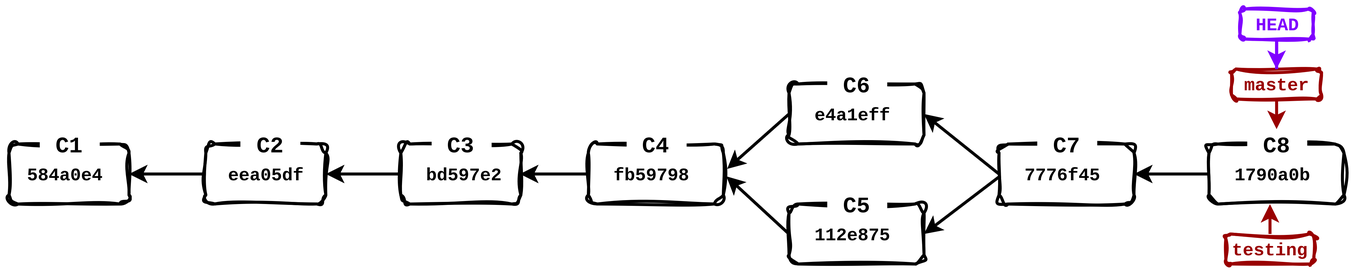
elektrotehnika/pra keeps this draw.io diagram as материјали/git_slike/24.drawio.png. Above is the earlier version. Source tidied: cells renumbered, new cells last; positions are measured from the earlier drawing's top-left corner, leaving out a move shared by most shapes. Its diagram source:
```xml
<mxGraphModel>
  <root>
    <mxCell id="0" />
    <mxCell id="1" parent="0" />
    <mxCell id="2" style="rounded=1;whiteSpace=wrap;html=1;fillColor=none;strokeWidth=2;sketch=1;curveFitting=1;jiggle=2;strokeColor=#000000;" parent="1" vertex="1">
      <mxGeometry y="90" width="80" height="40" as="geometry" />
    </mxCell>
    <mxCell id="3" style="edgeStyle=orthogonalEdgeStyle;rounded=0;jettySize=auto;html=1;entryX=1;entryY=0.5;entryDx=0;entryDy=0;strokeWidth=2;" parent="1" edge="1" source="4" target="2">
      <mxGeometry relative="1" as="geometry" />
    </mxCell>
    <mxCell id="4" style="rounded=1;whiteSpace=wrap;html=1;fillColor=none;strokeWidth=2;sketch=1;curveFitting=1;jiggle=2;strokeColor=#000000;" parent="1" vertex="1">
      <mxGeometry x="131.2" y="90" width="80" height="40" as="geometry" />
    </mxCell>
    <mxCell id="5" style="edgeStyle=orthogonalEdgeStyle;rounded=0;jettySize=auto;html=1;entryX=1;entryY=0.5;entryDx=0;entryDy=0;strokeWidth=2;" parent="1" edge="1" source="6" target="4">
      <mxGeometry relative="1" as="geometry" />
    </mxCell>
    <mxCell id="6" style="rounded=1;whiteSpace=wrap;html=1;fillColor=none;strokeWidth=2;sketch=1;curveFitting=1;jiggle=2;strokeColor=#000000;" parent="1" vertex="1">
      <mxGeometry x="261.2" y="90" width="80" height="40" as="geometry" />
    </mxCell>
    <mxCell id="7" style="edgeStyle=orthogonalEdgeStyle;rounded=0;jettySize=auto;html=1;entryX=1;entryY=0.5;entryDx=0;entryDy=0;strokeWidth=2;" parent="1" edge="1" source="8" target="19">
      <mxGeometry relative="1" as="geometry" />
    </mxCell>
    <mxCell id="8" style="rounded=1;whiteSpace=wrap;html=1;fillColor=none;strokeWidth=2;sketch=1;curveFitting=1;jiggle=2;strokeColor=#000000;" parent="1" vertex="1">
      <mxGeometry x="386.2" y="90" width="90" height="40" as="geometry" />
    </mxCell>
    <mxCell id="9" style="rounded=0;whiteSpace=wrap;html=1;fontColor=default;strokeColor=none;" parent="1" vertex="1">
      <mxGeometry x="20" y="80" width="40" height="20" as="geometry" />
    </mxCell>
    <mxCell id="10" value="&lt;div&gt;&lt;font face=&quot;Courier New&quot; style=&quot;&quot;&gt;C1&lt;/font&gt;&lt;/div&gt;" style="text;html=1;whiteSpace=wrap;strokeColor=none;fillColor=none;align=center;verticalAlign=middle;rounded=0;fontSize=15;spacingBottom=10;fontStyle=1;fontColor=#000000;" parent="1" vertex="1">
      <mxGeometry x="10" y="80" width="60" height="30" as="geometry" />
    </mxCell>
    <mxCell id="11" style="rounded=0;whiteSpace=wrap;html=1;fontColor=default;strokeColor=none;" parent="1" vertex="1">
      <mxGeometry x="153.8" y="80" width="40" height="20" as="geometry" />
    </mxCell>
    <mxCell id="12" value="&lt;div&gt;&lt;font face=&quot;Courier New&quot; style=&quot;&quot;&gt;C2&lt;/font&gt;&lt;/div&gt;" style="text;html=1;whiteSpace=wrap;strokeColor=none;fillColor=none;align=center;verticalAlign=middle;rounded=0;fontSize=15;spacingBottom=10;fontStyle=1;fontColor=#000000;" parent="1" vertex="1">
      <mxGeometry x="143.8" y="80" width="60" height="30" as="geometry" />
    </mxCell>
    <mxCell id="13" style="rounded=0;whiteSpace=wrap;html=1;fontColor=default;strokeColor=none;" parent="1" vertex="1">
      <mxGeometry x="281.2" y="80" width="40" height="20" as="geometry" />
    </mxCell>
    <mxCell id="14" value="&lt;div&gt;&lt;font face=&quot;Courier New&quot; style=&quot;&quot;&gt;C3&lt;/font&gt;&lt;/div&gt;" style="text;html=1;whiteSpace=wrap;strokeColor=none;fillColor=none;align=center;verticalAlign=middle;rounded=0;fontSize=15;spacingBottom=10;fontStyle=1;fontColor=#000000;" parent="1" vertex="1">
      <mxGeometry x="271.2" y="80" width="60" height="30" as="geometry" />
    </mxCell>
    <mxCell id="15" style="rounded=0;whiteSpace=wrap;html=1;fontColor=default;strokeColor=none;" parent="1" vertex="1">
      <mxGeometry x="411.2" y="80" width="40" height="20" as="geometry" />
    </mxCell>
    <mxCell id="16" value="&lt;div&gt;&lt;font face=&quot;Courier New&quot; style=&quot;&quot;&gt;C4&lt;/font&gt;&lt;/div&gt;" style="text;html=1;whiteSpace=wrap;strokeColor=none;fillColor=none;align=center;verticalAlign=middle;rounded=0;fontSize=15;spacingBottom=10;fontStyle=1;fontColor=#000000;" parent="1" vertex="1">
      <mxGeometry x="401.2" y="80" width="60" height="30" as="geometry" />
    </mxCell>
    <mxCell id="17" value="&lt;div align=&quot;center&quot;&gt;&lt;font face=&quot;Courier New&quot;&gt;&lt;span style=&quot;&quot;&gt;&lt;b&gt;584a0e4&lt;/b&gt;&lt;/span&gt;&lt;/font&gt;&lt;/div&gt;" style="text;html=1;whiteSpace=wrap;strokeColor=none;fillColor=none;align=left;verticalAlign=middle;rounded=0;fontColor=#000000;" parent="1" vertex="1">
      <mxGeometry x="10" y="100" width="60" height="20" as="geometry" />
    </mxCell>
    <mxCell id="18" value="&lt;div align=&quot;center&quot;&gt;&lt;font face=&quot;Courier New&quot;&gt;&lt;span style=&quot;&quot;&gt;&lt;b&gt;eea05df&lt;/b&gt;&lt;/span&gt;&lt;/font&gt;&lt;/div&gt;" style="text;html=1;whiteSpace=wrap;strokeColor=none;fillColor=none;align=left;verticalAlign=middle;rounded=0;fontColor=#000000;" parent="1" vertex="1">
      <mxGeometry x="143.8" y="100" width="60" height="20" as="geometry" />
    </mxCell>
    <mxCell id="19" value="&lt;div align=&quot;center&quot;&gt;&lt;font face=&quot;Courier New&quot;&gt;&lt;span style=&quot;&quot;&gt;&lt;b&gt;bd597e2&lt;/b&gt;&lt;/span&gt;&lt;/font&gt;&lt;/div&gt;" style="text;html=1;whiteSpace=wrap;strokeColor=none;fillColor=none;align=left;verticalAlign=middle;rounded=0;fontColor=#000000;" parent="1" vertex="1">
      <mxGeometry x="276.2" y="100" width="64.4" height="20" as="geometry" />
    </mxCell>
    <mxCell id="20" value="&lt;div align=&quot;center&quot;&gt;&lt;font face=&quot;Courier New&quot;&gt;&lt;span style=&quot;&quot;&gt;&lt;b&gt;fb59798&lt;/b&gt;&lt;/span&gt;&lt;/font&gt;&lt;/div&gt;" style="text;html=1;whiteSpace=wrap;strokeColor=none;fillColor=none;align=left;verticalAlign=middle;rounded=0;fontColor=#000000;" parent="1" vertex="1">
      <mxGeometry x="401.2" y="100" width="56.2" height="20" as="geometry" />
    </mxCell>
    <mxCell id="21" style="rounded=0;jettySize=auto;html=1;strokeWidth=2;exitX=0;exitY=0.5;exitDx=0;exitDy=0;entryX=1.023;entryY=0.539;entryDx=0;entryDy=0;entryPerimeter=0;" parent="1" edge="1" source="22" target="8">
      <mxGeometry relative="1" as="geometry" />
    </mxCell>
    <mxCell id="22" style="rounded=1;whiteSpace=wrap;html=1;fillColor=none;strokeWidth=2;sketch=1;curveFitting=1;jiggle=2;strokeColor=#000000;" parent="1" vertex="1">
      <mxGeometry x="520" y="130" width="90" height="40" as="geometry" />
    </mxCell>
    <mxCell id="23" style="rounded=0;whiteSpace=wrap;html=1;fontColor=default;strokeColor=none;" parent="1" vertex="1">
      <mxGeometry x="545" y="120" width="40" height="20" as="geometry" />
    </mxCell>
    <mxCell id="24" value="&lt;div&gt;&lt;font face=&quot;Courier New&quot; style=&quot;&quot;&gt;C5&lt;/font&gt;&lt;/div&gt;" style="text;html=1;whiteSpace=wrap;strokeColor=none;fillColor=none;align=center;verticalAlign=middle;rounded=0;fontSize=15;spacingBottom=10;fontStyle=1;fontColor=#000000;" parent="1" vertex="1">
      <mxGeometry x="535" y="120" width="60" height="30" as="geometry" />
    </mxCell>
    <mxCell id="25" value="&lt;div align=&quot;center&quot;&gt;&lt;font face=&quot;Courier New&quot;&gt;&lt;span style=&quot;&quot;&gt;&lt;b&gt;112e875&lt;/b&gt;&lt;/span&gt;&lt;/font&gt;&lt;/div&gt;" style="text;html=1;whiteSpace=wrap;strokeColor=none;fillColor=none;align=left;verticalAlign=middle;rounded=0;fontColor=#000000;" parent="1" vertex="1">
      <mxGeometry x="535" y="140" width="56.2" height="20" as="geometry" />
    </mxCell>
    <mxCell id="26" style="rounded=1;whiteSpace=wrap;html=1;fillColor=none;strokeWidth=2;sketch=1;curveFitting=1;jiggle=2;strokeColor=#000000;" parent="1" vertex="1">
      <mxGeometry x="520" y="50" width="90" height="40" as="geometry" />
    </mxCell>
    <mxCell id="27" style="rounded=0;whiteSpace=wrap;html=1;fontColor=default;strokeColor=none;" parent="1" vertex="1">
      <mxGeometry x="545" y="40" width="40" height="20" as="geometry" />
    </mxCell>
    <mxCell id="28" value="&lt;div&gt;&lt;font face=&quot;Courier New&quot; style=&quot;&quot;&gt;C6&lt;/font&gt;&lt;/div&gt;" style="text;html=1;whiteSpace=wrap;strokeColor=none;fillColor=none;align=center;verticalAlign=middle;rounded=0;fontSize=15;spacingBottom=10;fontStyle=1;fontColor=#000000;" parent="1" vertex="1">
      <mxGeometry x="535" y="40" width="60" height="30" as="geometry" />
    </mxCell>
    <mxCell id="29" value="&lt;div align=&quot;center&quot;&gt;&lt;font face=&quot;Courier New&quot;&gt;&lt;span style=&quot;&quot;&gt;&lt;b&gt;e4a1eff&lt;/b&gt;&lt;/span&gt;&lt;/font&gt;&lt;/div&gt;" style="text;html=1;whiteSpace=wrap;strokeColor=none;fillColor=none;align=left;verticalAlign=middle;rounded=0;fontColor=#000000;" parent="1" vertex="1">
      <mxGeometry x="535" y="60" width="56.2" height="20" as="geometry" />
    </mxCell>
    <mxCell id="30" style="rounded=0;jettySize=auto;html=1;exitX=0;exitY=0.5;exitDx=0;exitDy=0;strokeWidth=2;entryX=1.028;entryY=0.415;entryDx=0;entryDy=0;entryPerimeter=0;" parent="1" edge="1" source="26" target="8">
      <mxGeometry relative="1" as="geometry" />
    </mxCell>
    <mxCell id="31" style="rounded=0;jettySize=auto;html=1;entryX=1;entryY=0.5;entryDx=0;entryDy=0;strokeWidth=2;exitX=0;exitY=0.5;exitDx=0;exitDy=0;" parent="1" edge="1" source="32" target="26">
      <mxGeometry relative="1" as="geometry" />
    </mxCell>
    <mxCell id="32" style="rounded=1;whiteSpace=wrap;html=1;fillColor=none;strokeWidth=2;sketch=1;curveFitting=1;jiggle=2;strokeColor=#000000;" parent="1" vertex="1">
      <mxGeometry x="660" y="90" width="90" height="40" as="geometry" />
    </mxCell>
    <mxCell id="33" style="rounded=0;whiteSpace=wrap;html=1;fontColor=default;strokeColor=none;" parent="1" vertex="1">
      <mxGeometry x="685" y="80" width="40" height="20" as="geometry" />
    </mxCell>
    <mxCell id="34" value="&lt;div&gt;&lt;font face=&quot;Courier New&quot; style=&quot;&quot;&gt;C7&lt;/font&gt;&lt;/div&gt;" style="text;html=1;whiteSpace=wrap;strokeColor=none;fillColor=none;align=center;verticalAlign=middle;rounded=0;fontSize=15;spacingBottom=10;fontStyle=1;fontColor=#000000;" parent="1" vertex="1">
      <mxGeometry x="675" y="80" width="60" height="30" as="geometry" />
    </mxCell>
    <mxCell id="35" value="&lt;div align=&quot;center&quot;&gt;&lt;font face=&quot;Courier New&quot;&gt;&lt;span style=&quot;&quot;&gt;&lt;b&gt;7776f45&lt;/b&gt;&lt;/span&gt;&lt;/font&gt;&lt;/div&gt;" style="text;html=1;whiteSpace=wrap;strokeColor=none;fillColor=none;align=left;verticalAlign=middle;rounded=0;fontColor=#000000;" parent="1" vertex="1">
      <mxGeometry x="675" y="100" width="56.2" height="20" as="geometry" />
    </mxCell>
    <mxCell id="36" style="rounded=0;jettySize=auto;html=1;entryX=1;entryY=0.5;entryDx=0;entryDy=0;strokeWidth=2;exitX=0.009;exitY=0.533;exitDx=0;exitDy=0;exitPerimeter=0;" parent="1" edge="1" source="32">
      <mxGeometry relative="1" as="geometry">
        <mxPoint x="610" y="150" as="targetPoint" />
      </mxGeometry>
    </mxCell>
    <mxCell id="37" style="edgeStyle=orthogonalEdgeStyle;rounded=0;jettySize=auto;html=1;entryX=1;entryY=0.5;entryDx=0;entryDy=0;strokeWidth=2;" parent="1" edge="1" source="38" target="32">
      <mxGeometry relative="1" as="geometry" />
    </mxCell>
    <mxCell id="38" style="rounded=1;whiteSpace=wrap;html=1;fillColor=none;strokeWidth=2;sketch=1;curveFitting=1;jiggle=2;strokeColor=#000000;" parent="1" vertex="1">
      <mxGeometry x="800" y="90" width="90" height="40" as="geometry" />
    </mxCell>
    <mxCell id="39" style="rounded=0;whiteSpace=wrap;html=1;fontColor=default;strokeColor=none;" parent="1" vertex="1">
      <mxGeometry x="825" y="80" width="40" height="20" as="geometry" />
    </mxCell>
    <mxCell id="40" value="&lt;div&gt;&lt;font face=&quot;Courier New&quot; style=&quot;&quot;&gt;C8&lt;/font&gt;&lt;/div&gt;" style="text;html=1;whiteSpace=wrap;strokeColor=none;fillColor=none;align=center;verticalAlign=middle;rounded=0;fontSize=15;spacingBottom=10;fontStyle=1;fontColor=#000000;" parent="1" vertex="1">
      <mxGeometry x="815" y="80" width="60" height="30" as="geometry" />
    </mxCell>
    <mxCell id="41" value="&lt;div align=&quot;center&quot;&gt;&lt;font face=&quot;Courier New&quot;&gt;&lt;span style=&quot;&quot;&gt;&lt;b&gt;1790a0b&lt;/b&gt;&lt;/span&gt;&lt;/font&gt;&lt;/div&gt;" style="text;html=1;whiteSpace=wrap;strokeColor=none;fillColor=none;align=left;verticalAlign=middle;rounded=0;fontColor=#000000;" parent="1" vertex="1">
      <mxGeometry x="815" y="100" width="56.2" height="20" as="geometry" />
    </mxCell>
    <mxCell id="42" value="&lt;font face=&quot;Courier New&quot;&gt;&lt;b&gt;testing&lt;/b&gt;&lt;/font&gt;" style="rounded=1;whiteSpace=wrap;html=1;fillColor=none;strokeWidth=2;strokeColor=#990000;fontColor=#990000;sketch=1;curveFitting=1;jiggle=2;flipV=1;legacyAnchorPoints=0;" parent="1" vertex="1">
      <mxGeometry x="811.2" y="150" width="58.8" height="20" as="geometry" />
    </mxCell>
    <mxCell id="43" style="edgeStyle=orthogonalEdgeStyle;rounded=0;jettySize=auto;html=1;entryX=0.458;entryY=1;entryDx=0;entryDy=0;entryPerimeter=0;strokeColor=#990000;strokeWidth=2;" parent="1" edge="1" source="42" target="38">
      <mxGeometry relative="1" as="geometry" />
    </mxCell>
    <mxCell id="44" style="edgeStyle=orthogonalEdgeStyle;rounded=0;jettySize=auto;html=1;strokeColor=#990000;strokeWidth=2;" parent="1" edge="1" source="45">
      <mxGeometry relative="1" as="geometry">
        <mxPoint x="844.8" y="80" as="targetPoint" />
      </mxGeometry>
    </mxCell>
    <mxCell id="45" value="&lt;b&gt;&lt;font face=&quot;Courier New&quot;&gt;master&lt;/font&gt;&lt;/b&gt;" style="rounded=1;whiteSpace=wrap;html=1;fillColor=none;strokeWidth=2;strokeColor=#990000;fontColor=#990000;sketch=1;curveFitting=1;jiggle=2;" parent="1" vertex="1">
      <mxGeometry x="815" y="40" width="60" height="20" as="geometry" />
    </mxCell>
    <mxCell id="46" style="edgeStyle=orthogonalEdgeStyle;rounded=0;jettySize=auto;html=1;entryX=0.5;entryY=0;entryDx=0;entryDy=0;strokeWidth=2;strokeColor=#7F00FF;" parent="1" edge="1" source="47" target="45">
      <mxGeometry relative="1" as="geometry" />
    </mxCell>
    <mxCell id="47" value="&lt;div&gt;&lt;font face=&quot;Courier New&quot;&gt;&lt;b&gt;HEAD&lt;/b&gt;&lt;/font&gt;&lt;/div&gt;" style="rounded=1;whiteSpace=wrap;html=1;fillColor=none;strokeWidth=2;strokeColor=#7F00FF;fontColor=#7F00FF;sketch=1;curveFitting=1;jiggle=2;flipV=1;legacyAnchorPoints=0;" parent="1" vertex="1">
      <mxGeometry x="820.6" width="48.8" height="20" as="geometry" />
    </mxCell>
  </root>
</mxGraphModel>
```
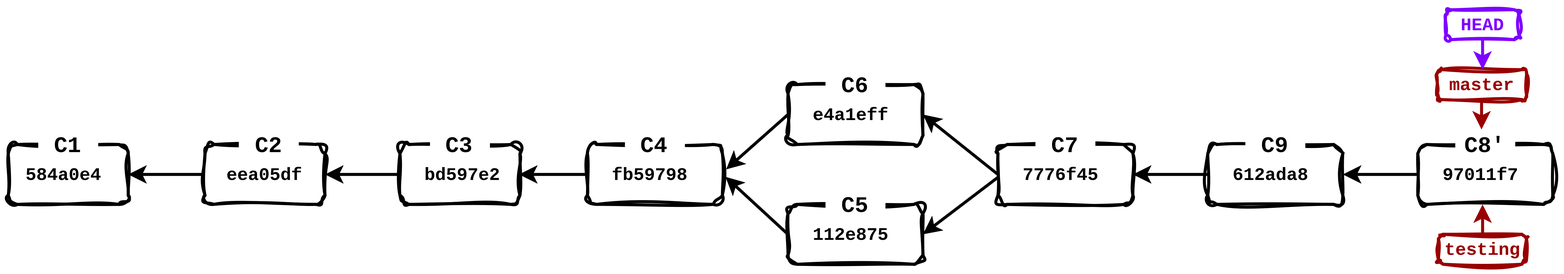
The same diagram one commit later.

Change to the diagram source:
```diff
@@ -109,7 +109,7 @@
         <mxPoint x="610" y="150" as="targetPoint" />
       </mxGeometry>
     </mxCell>
-    <mxCell id="37" style="edgeStyle=orthogonalEdgeStyle;rounded=0;jettySize=auto;html=1;entryX=1;entryY=0.5;entryDx=0;entryDy=0;strokeWidth=2;" parent="1" edge="1" source="38" target="32">
+    <mxCell id="37" style="rounded=0;jettySize=auto;html=1;entryX=1;entryY=0.5;entryDx=0;entryDy=0;exitX=0;exitY=0.5;exitDx=0;exitDy=0;strokeWidth=2;" parent="1" edge="1" source="38" target="32">
       <mxGeometry relative="1" as="geometry" />
     </mxCell>
     <mxCell id="38" style="rounded=1;whiteSpace=wrap;html=1;fillColor=none;strokeWidth=2;sketch=1;curveFitting=1;jiggle=2;strokeColor=#000000;" parent="1" vertex="1">
@@ -118,31 +118,48 @@
     <mxCell id="39" style="rounded=0;whiteSpace=wrap;html=1;fontColor=default;strokeColor=none;" parent="1" vertex="1">
       <mxGeometry x="825" y="80" width="40" height="20" as="geometry" />
     </mxCell>
-    <mxCell id="40" value="&lt;div&gt;&lt;font face=&quot;Courier New&quot; style=&quot;&quot;&gt;C8&lt;/font&gt;&lt;/div&gt;" style="text;html=1;whiteSpace=wrap;strokeColor=none;fillColor=none;align=center;verticalAlign=middle;rounded=0;fontSize=15;spacingBottom=10;fontStyle=1;fontColor=#000000;" parent="1" vertex="1">
-      <mxGeometry x="815" y="80" width="60" height="30" as="geometry" />
-    </mxCell>
-    <mxCell id="41" value="&lt;div align=&quot;center&quot;&gt;&lt;font face=&quot;Courier New&quot;&gt;&lt;span style=&quot;&quot;&gt;&lt;b&gt;1790a0b&lt;/b&gt;&lt;/span&gt;&lt;/font&gt;&lt;/div&gt;" style="text;html=1;whiteSpace=wrap;strokeColor=none;fillColor=none;align=left;verticalAlign=middle;rounded=0;fontColor=#000000;" parent="1" vertex="1">
-      <mxGeometry x="815" y="100" width="56.2" height="20" as="geometry" />
-    </mxCell>
+    <mxCell id="48" value="&lt;div&gt;&lt;font face=&quot;Courier New&quot; style=&quot;&quot;&gt;C9&lt;/font&gt;&lt;/div&gt;" style="text;html=1;whiteSpace=wrap;strokeColor=none;fillColor=none;align=center;verticalAlign=middle;rounded=0;fontSize=15;spacingBottom=10;fontStyle=1;fontColor=#000000;" parent="1" vertex="1">
+      <mxGeometry x="815" y="80" width="60" height="30" as="geometry" />
+    </mxCell>
+    <mxCell id="49" value="&lt;div align=&quot;center&quot;&gt;&lt;font face=&quot;Courier New&quot;&gt;&lt;span style=&quot;&quot;&gt;&lt;b&gt;612ada8&lt;/b&gt;&lt;/span&gt;&lt;/font&gt;&lt;/div&gt;" style="text;html=1;whiteSpace=wrap;strokeColor=none;fillColor=none;align=left;verticalAlign=middle;rounded=0;fontColor=#000000;" parent="1" vertex="1">
+      <mxGeometry x="815" y="100" width="56.2" height="20" as="geometry" />
+    </mxCell>
+    <mxCell id="50" style="edgeStyle=orthogonalEdgeStyle;rounded=0;jettySize=auto;html=1;strokeColor=#990000;strokeWidth=2;" parent="1" edge="1" source="45">
+      <mxGeometry relative="1" as="geometry">
+        <mxPoint x="982.2" y="80" as="targetPoint" />
+      </mxGeometry>
+    </mxCell>
+    <mxCell id="45" value="&lt;b&gt;&lt;font face=&quot;Courier New&quot;&gt;master&lt;/font&gt;&lt;/b&gt;" style="rounded=1;whiteSpace=wrap;html=1;fillColor=none;strokeWidth=2;strokeColor=#990000;fontColor=#990000;sketch=1;curveFitting=1;jiggle=2;" parent="1" vertex="1">
+      <mxGeometry x="952.5" y="40" width="60" height="20" as="geometry" />
+    </mxCell>
+    <mxCell id="51" style="edgeStyle=orthogonalEdgeStyle;rounded=0;jettySize=auto;html=1;entryX=1;entryY=0.5;entryDx=0;entryDy=0;strokeWidth=2;" parent="1" edge="1" source="52" target="38">
+      <mxGeometry relative="1" as="geometry" />
+    </mxCell>
+    <mxCell id="52" style="rounded=1;whiteSpace=wrap;html=1;fillColor=none;strokeWidth=2;sketch=1;curveFitting=1;jiggle=2;strokeColor=#000000;" parent="1" vertex="1">
+      <mxGeometry x="940" y="90" width="90" height="40" as="geometry" />
+    </mxCell>
+    <mxCell id="53" style="rounded=0;whiteSpace=wrap;html=1;fontColor=default;strokeColor=none;" parent="1" vertex="1">
+      <mxGeometry x="965" y="80" width="40" height="20" as="geometry" />
+    </mxCell>
+    <mxCell id="54" value="&lt;div&gt;&lt;font face=&quot;Courier New&quot; style=&quot;&quot;&gt;C8'&lt;/font&gt;&lt;/div&gt;" style="text;html=1;whiteSpace=wrap;strokeColor=none;fillColor=none;align=center;verticalAlign=middle;rounded=0;fontSize=15;spacingBottom=10;fontStyle=1;fontColor=#000000;" parent="1" vertex="1">
+      <mxGeometry x="955" y="80" width="60" height="30" as="geometry" />
+    </mxCell>
+    <mxCell id="55" value="&lt;div align=&quot;center&quot;&gt;&lt;font face=&quot;Courier New&quot;&gt;&lt;span style=&quot;&quot;&gt;&lt;b&gt;97011f7&lt;/b&gt;&lt;/span&gt;&lt;/font&gt;&lt;/div&gt;" style="text;html=1;whiteSpace=wrap;strokeColor=none;fillColor=none;align=left;verticalAlign=middle;rounded=0;fontColor=#000000;" parent="1" vertex="1">
+      <mxGeometry x="955" y="100" width="56.2" height="20" as="geometry" />
+    </mxCell>
     <mxCell id="42" value="&lt;font face=&quot;Courier New&quot;&gt;&lt;b&gt;testing&lt;/b&gt;&lt;/font&gt;" style="rounded=1;whiteSpace=wrap;html=1;fillColor=none;strokeWidth=2;strokeColor=#990000;fontColor=#990000;sketch=1;curveFitting=1;jiggle=2;flipV=1;legacyAnchorPoints=0;" parent="1" vertex="1">
-      <mxGeometry x="811.2" y="150" width="58.8" height="20" as="geometry" />
+      <mxGeometry x="953.8" y="150" width="58.8" height="20" as="geometry" />
     </mxCell>
-    <mxCell id="43" style="edgeStyle=orthogonalEdgeStyle;rounded=0;jettySize=auto;html=1;entryX=0.458;entryY=1;entryDx=0;entryDy=0;entryPerimeter=0;strokeColor=#990000;strokeWidth=2;" parent="1" edge="1" source="42" target="38">
-      <mxGeometry relative="1" as="geometry" />
-    </mxCell>
-    <mxCell id="44" style="edgeStyle=orthogonalEdgeStyle;rounded=0;jettySize=auto;html=1;strokeColor=#990000;strokeWidth=2;" parent="1" edge="1" source="45">
-      <mxGeometry relative="1" as="geometry">
-        <mxPoint x="844.8" y="80" as="targetPoint" />
-      </mxGeometry>
-    </mxCell>
-    <mxCell id="45" value="&lt;b&gt;&lt;font face=&quot;Courier New&quot;&gt;master&lt;/font&gt;&lt;/b&gt;" style="rounded=1;whiteSpace=wrap;html=1;fillColor=none;strokeWidth=2;strokeColor=#990000;fontColor=#990000;sketch=1;curveFitting=1;jiggle=2;" parent="1" vertex="1">
-      <mxGeometry x="815" y="40" width="60" height="20" as="geometry" />
-    </mxCell>
+    <mxCell id="56" style="edgeStyle=orthogonalEdgeStyle;rounded=0;jettySize=auto;html=1;entryX=0.458;entryY=1;entryDx=0;entryDy=0;entryPerimeter=0;strokeColor=#990000;strokeWidth=2;" parent="1" edge="1" source="42">
+      <mxGeometry relative="1" as="geometry">
+        <mxPoint x="983.5" y="130" as="targetPoint" />
+      </mxGeometry>
+    </mxCell>
     <mxCell id="46" style="edgeStyle=orthogonalEdgeStyle;rounded=0;jettySize=auto;html=1;entryX=0.5;entryY=0;entryDx=0;entryDy=0;strokeWidth=2;strokeColor=#7F00FF;" parent="1" edge="1" source="47" target="45">
       <mxGeometry relative="1" as="geometry" />
     </mxCell>
     <mxCell id="47" value="&lt;div&gt;&lt;font face=&quot;Courier New&quot;&gt;&lt;b&gt;HEAD&lt;/b&gt;&lt;/font&gt;&lt;/div&gt;" style="rounded=1;whiteSpace=wrap;html=1;fillColor=none;strokeWidth=2;strokeColor=#7F00FF;fontColor=#7F00FF;sketch=1;curveFitting=1;jiggle=2;flipV=1;legacyAnchorPoints=0;" parent="1" vertex="1">
-      <mxGeometry x="820.6" width="48.8" height="20" as="geometry" />
+      <mxGeometry x="958.8" width="48.8" height="20" as="geometry" />
     </mxCell>
   </root>
 </mxGraphModel>
```
